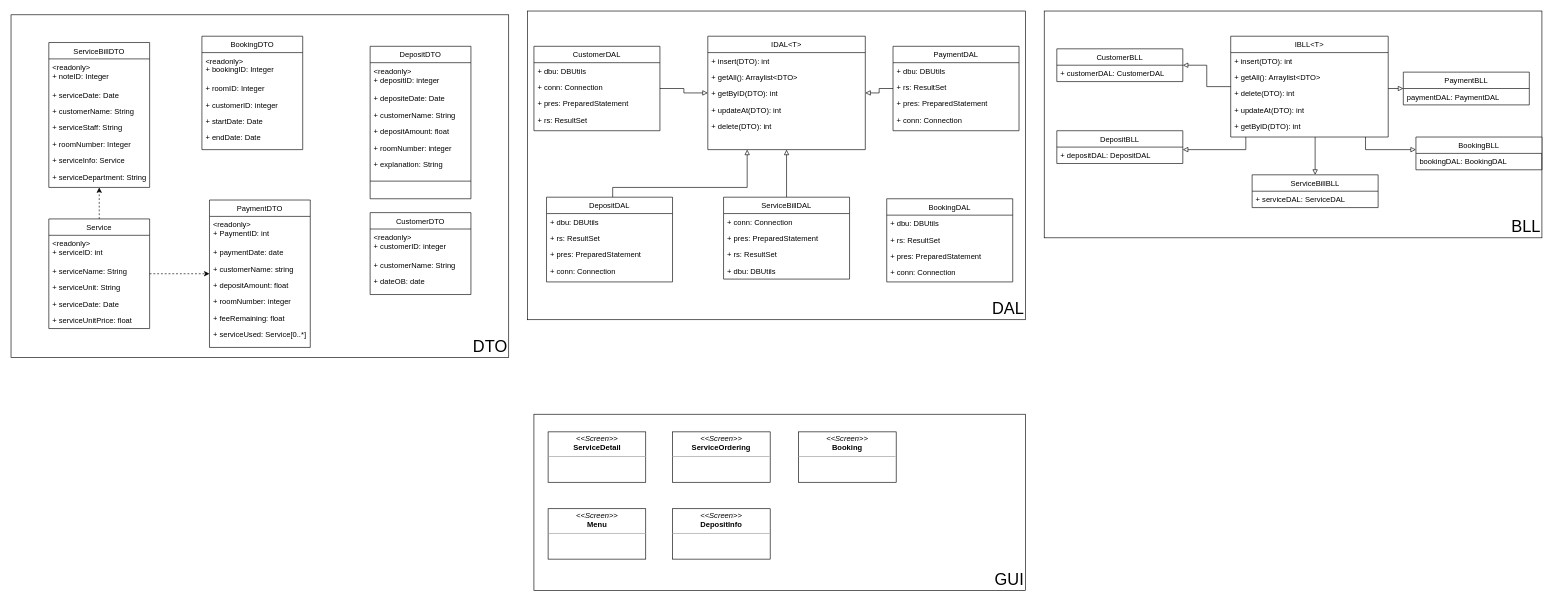
This is Diagram/Class Diagram.drawio from jonathanha52/SE104.L23.PMCL, a draw.io file, before an edit. Source tidied: cells renumbered, new cells numbered last; positions are measured from the earlier drawing's top-left corner, leaving out a move shared by most shapes. Both pictures are drawn from the tidied source at 63%, with x=0, y=0 at pixel (11, 11).
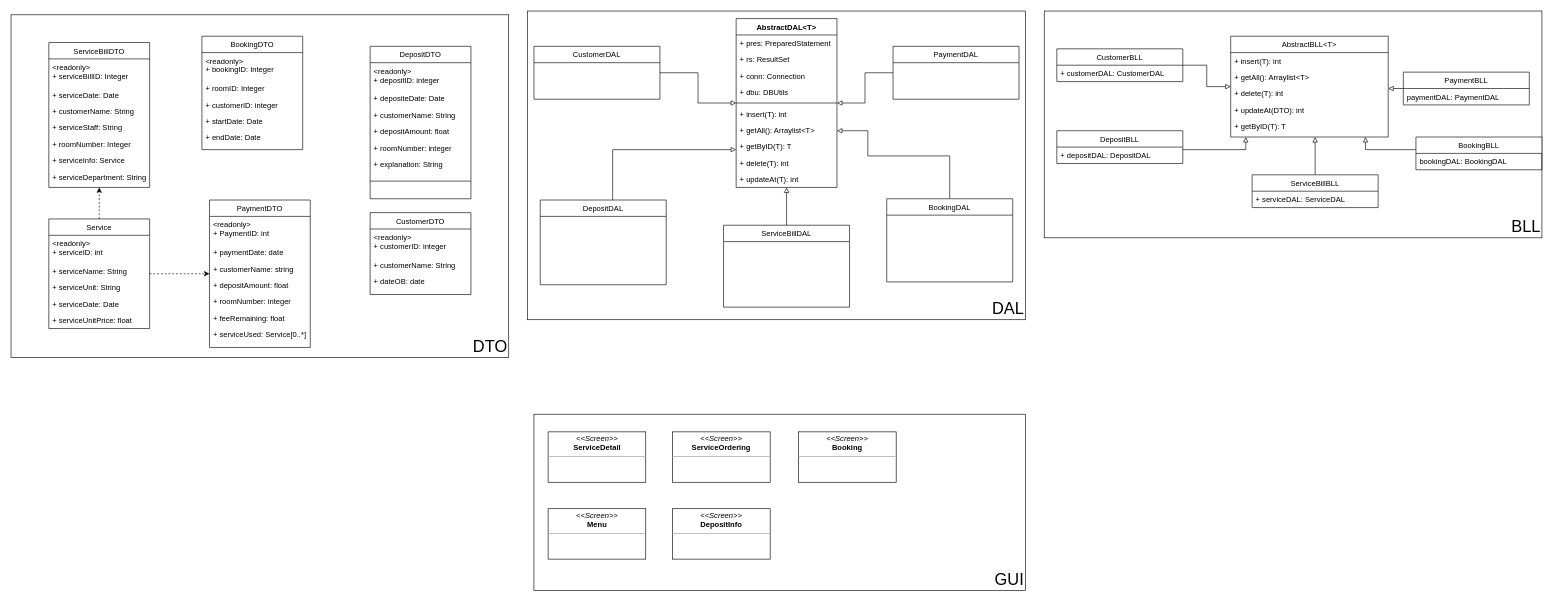
Above is the later version.

The change refers to these unchanged cells:
```xml
<mxCell id="4" value="ServiceBillDTO" style="swimlane;fontStyle=0;align=center;verticalAlign=top;horizontal=1;startSize=26;rounded=0;shadow=0;strokeWidth=1;" parent="1" vertex="1">
  <mxGeometry x="60" y="50" width="160" height="230" as="geometry" />
</mxCell>
<mxCell id="71" value="BookingDAL" style="swimlane;fontStyle=0;align=center;verticalAlign=top;horizontal=1;startSize=26;rounded=0;shadow=0;strokeWidth=1;" parent="1" vertex="1">
  <mxGeometry x="1390" y="298" width="200" height="132" as="geometry" />
</mxCell>
<mxCell id="83" value="ServiceBillBLL" style="swimlane;fontStyle=0;align=center;verticalAlign=top;horizontal=1;startSize=26;rounded=0;shadow=0;strokeWidth=1;" parent="1" vertex="1">
  <mxGeometry x="1970" y="260" width="200" height="52" as="geometry" />
</mxCell>
<mxCell id="86" value="DepositBLL" style="swimlane;fontStyle=0;align=center;verticalAlign=top;horizontal=1;startSize=26;rounded=0;shadow=0;strokeWidth=1;" parent="1" vertex="1">
  <mxGeometry x="1660" y="190" width="200" height="52" as="geometry" />
</mxCell>
<mxCell id="89" value="PaymentBLL" style="swimlane;fontStyle=0;align=center;verticalAlign=top;horizontal=1;startSize=26;rounded=0;shadow=0;strokeWidth=1;" parent="1" vertex="1">
  <mxGeometry x="2210" y="97" width="200" height="52" as="geometry" />
</mxCell>
<mxCell id="92" value="CustomerBLL" style="swimlane;fontStyle=0;align=center;verticalAlign=top;horizontal=1;startSize=26;rounded=0;shadow=0;strokeWidth=1;" parent="1" vertex="1">
  <mxGeometry x="1660" y="60" width="200" height="52" as="geometry" />
</mxCell>
<mxCell id="95" value="BookingBLL" style="swimlane;fontStyle=0;align=center;verticalAlign=top;horizontal=1;startSize=26;rounded=0;shadow=0;strokeWidth=1;" parent="1" vertex="1">
  <mxGeometry x="2230" y="200" width="200" height="52" as="geometry" />
</mxCell>
```

Diff of the diagram source:
```diff
@@
-    <mxCell id="5" value="&lt;readonly&gt;&#10;+ noteID: Integer" style="text;align=left;verticalAlign=top;spacingLeft=4;spacingRight=4;overflow=hidden;" parent="4" vertex="1">
+    <mxCell id="5" value="&lt;readonly&gt;&#10;+ serviceBillID: Integer" style="text;align=left;verticalAlign=top;spacingLeft=4;spacingRight=4;overflow=hidden;" parent="4" vertex="1">
       <mxGeometry y="26" width="160" height="44" as="geometry" />
     </mxCell>
@@
-    <mxCell id="36" style="edgeStyle=orthogonalEdgeStyle;rounded=0;jettySize=auto;html=1;endArrow=none;endFill=0;startArrow=block;startFill=0;" parent="1" edge="1" source="37" target="55">
+    <mxCell id="36" style="edgeStyle=orthogonalEdgeStyle;rounded=0;jettySize=auto;html=1;endArrow=none;endFill=0;startArrow=block;startFill=0;" parent="1" edge="1" source="111" target="55">
       <mxGeometry relative="1" as="geometry" />
     </mxCell>
-    <mxCell id="37" value="IDAL&lt;T&gt;" style="swimlane;fontStyle=0;align=center;verticalAlign=top;horizontal=1;startSize=26;rounded=0;shadow=0;strokeWidth=1;" parent="1" vertex="1">
-      <mxGeometry x="1106" y="40" width="250" height="180" as="geometry" />
-    </mxCell>
-    <mxCell id="38" value="+ insert(DTO): int" style="text;align=left;verticalAlign=top;spacingLeft=4;spacingRight=4;overflow=hidden;rounded=0;shadow=0;html=0;" parent="37" vertex="1">
-      <mxGeometry y="26" width="250" height="26" as="geometry" />
-    </mxCell>
-    <mxCell id="39" value="+ getAll(): Arraylist&lt;DTO&gt;" style="text;align=left;verticalAlign=top;spacingLeft=4;spacingRight=4;overflow=hidden;rounded=0;shadow=0;html=0;" parent="37" vertex="1">
-      <mxGeometry y="52" width="250" height="26" as="geometry" />
-    </mxCell>
-    <mxCell id="40" value="+ getByID(DTO): int " style="text;align=left;verticalAlign=top;spacingLeft=4;spacingRight=4;overflow=hidden;rounded=0;shadow=0;html=0;" parent="37" vertex="1">
-      <mxGeometry y="78" width="250" height="26" as="geometry" />
-    </mxCell>
-    <mxCell id="41" value="+ updateAt(DTO): int" style="text;align=left;verticalAlign=top;spacingLeft=4;spacingRight=4;overflow=hidden;rounded=0;shadow=0;html=0;" parent="37" vertex="1">
-      <mxGeometry y="104" width="250" height="26" as="geometry" />
-    </mxCell>
-    <mxCell id="42" value="+ delete(DTO): int" style="text;align=left;verticalAlign=top;spacingLeft=4;spacingRight=4;overflow=hidden;rounded=0;shadow=0;html=0;" parent="37" vertex="1">
-      <mxGeometry y="130" width="250" height="26" as="geometry" />
-    </mxCell>
-    <mxCell id="43" style="edgeStyle=orthogonalEdgeStyle;rounded=0;jettySize=auto;html=1;entryX=0.5;entryY=1;entryDx=0;entryDy=0;endArrow=block;endFill=0;" parent="1" edge="1" source="44" target="37">
-      <mxGeometry relative="1" as="geometry" />
-    </mxCell>
+    <mxCell id="109" style="edgeStyle=orthogonalEdgeStyle;rounded=0;jettySize=auto;html=1;endArrow=block;endFill=0;" parent="1" edge="1" source="44" target="111">
+      <mxGeometry relative="1" as="geometry" />
+    </mxCell>
     <mxCell id="44" value="ServiceBillDAL" style="swimlane;fontStyle=0;align=center;verticalAlign=top;horizontal=1;startSize=26;rounded=0;shadow=0;strokeWidth=1;" parent="1" vertex="1">
-      <mxGeometry x="1131" y="295.5" width="200" height="130" as="geometry" />
+      <mxGeometry x="1131" y="340" width="200" height="130" as="geometry" />
     </mxCell>
-    <mxCell id="45" value="+ conn: Connection" style="text;strokeColor=none;fillColor=none;align=left;verticalAlign=top;spacingLeft=4;spacingRight=4;overflow=hidden;" parent="44" vertex="1">
-      <mxGeometry y="26" width="200" height="26" as="geometry" />
-    </mxCell>
-    <mxCell id="46" value="+ pres: PreparedStatement" style="text;strokeColor=none;fillColor=none;align=left;verticalAlign=top;spacingLeft=4;spacingRight=4;overflow=hidden;" parent="44" vertex="1">
-      <mxGeometry y="52" width="200" height="26" as="geometry" />
-    </mxCell>
-    <mxCell id="47" value="+ rs: ResultSet" style="text;strokeColor=none;fillColor=none;align=left;verticalAlign=top;spacingLeft=4;spacingRight=4;overflow=hidden;" parent="44" vertex="1">
-      <mxGeometry y="78" width="200" height="26" as="geometry" />
-    </mxCell>
-    <mxCell id="48" value="+ dbu: DBUtils" style="text;strokeColor=none;fillColor=none;align=left;verticalAlign=top;spacingLeft=4;spacingRight=4;overflow=hidden;" parent="44" vertex="1">
-      <mxGeometry y="104" width="200" height="26" as="geometry" />
-    </mxCell>
-    <mxCell id="49" style="edgeStyle=orthogonalEdgeStyle;rounded=0;jettySize=auto;html=1;entryX=0.25;entryY=1;entryDx=0;entryDy=0;endArrow=block;endFill=0;" parent="1" edge="1" source="50" target="37">
+    <mxCell id="49" style="edgeStyle=orthogonalEdgeStyle;rounded=0;jettySize=auto;html=1;endArrow=block;endFill=0;" parent="1" edge="1" source="50" target="111">
       <mxGeometry relative="1" as="geometry">
         <Array as="points">
-          <mxPoint x="955" y="280" />
-          <mxPoint x="1169" y="280" />
+          <mxPoint x="955" y="220" />
         </Array>
       </mxGeometry>
     </mxCell>
     <mxCell id="50" value="DepositDAL" style="swimlane;fontStyle=0;align=center;verticalAlign=top;horizontal=1;startSize=26;rounded=0;shadow=0;strokeWidth=1;" parent="1" vertex="1">
-      <mxGeometry x="850" y="295.5" width="200" height="134.5" as="geometry" />
+      <mxGeometry x="840" y="300" width="200" height="134.5" as="geometry" />
     </mxCell>
-    <mxCell id="51" value="+ dbu: DBUtils" style="text;strokeColor=none;fillColor=none;align=left;verticalAlign=top;spacingLeft=4;spacingRight=4;overflow=hidden;" parent="50" vertex="1">
-      <mxGeometry y="26" width="200" height="26" as="geometry" />
-    </mxCell>
-    <mxCell id="52" value="+ rs: ResultSet" style="text;strokeColor=none;fillColor=none;align=left;verticalAlign=top;spacingLeft=4;spacingRight=4;overflow=hidden;" parent="50" vertex="1">
-      <mxGeometry y="52" width="200" height="26" as="geometry" />
-    </mxCell>
-    <mxCell id="53" value="+ pres: PreparedStatement" style="text;strokeColor=none;fillColor=none;align=left;verticalAlign=top;spacingLeft=4;spacingRight=4;overflow=hidden;" parent="50" vertex="1">
-      <mxGeometry y="78" width="200" height="26" as="geometry" />
-    </mxCell>
-    <mxCell id="54" value="+ conn: Connection" style="text;strokeColor=none;fillColor=none;align=left;verticalAlign=top;spacingLeft=4;spacingRight=4;overflow=hidden;" parent="50" vertex="1">
-      <mxGeometry y="104" width="200" height="26" as="geometry" />
-    </mxCell>
     <mxCell id="55" value="PaymentDAL" style="swimlane;fontStyle=0;align=center;verticalAlign=top;horizontal=1;startSize=26;rounded=0;shadow=0;strokeWidth=1;" parent="1" vertex="1">
-      <mxGeometry x="1400" y="56" width="200" height="134" as="geometry" />
+      <mxGeometry x="1400" y="56" width="200" height="84" as="geometry" />
     </mxCell>
-    <mxCell id="56" value="+ dbu: DBUtils" style="text;strokeColor=none;fillColor=none;align=left;verticalAlign=top;spacingLeft=4;spacingRight=4;overflow=hidden;" parent="55" vertex="1">
-      <mxGeometry y="26" width="200" height="26" as="geometry" />
-    </mxCell>
-    <mxCell id="57" value="+ rs: ResultSet" style="text;strokeColor=none;fillColor=none;align=left;verticalAlign=top;spacingLeft=4;spacingRight=4;overflow=hidden;" parent="55" vertex="1">
-      <mxGeometry y="52" width="200" height="26" as="geometry" />
-    </mxCell>
-    <mxCell id="58" value="+ pres: PreparedStatement" style="text;strokeColor=none;fillColor=none;align=left;verticalAlign=top;spacingLeft=4;spacingRight=4;overflow=hidden;" parent="55" vertex="1">
-      <mxGeometry y="78" width="200" height="26" as="geometry" />
-    </mxCell>
-    <mxCell id="59" value="+ conn: Connection" style="text;strokeColor=none;fillColor=none;align=left;verticalAlign=top;spacingLeft=4;spacingRight=4;overflow=hidden;" parent="55" vertex="1">
-      <mxGeometry y="104" width="200" height="26" as="geometry" />
-    </mxCell>
@@
-    <mxCell id="64" style="edgeStyle=orthogonalEdgeStyle;rounded=0;jettySize=auto;html=1;endArrow=block;endFill=0;" parent="1" edge="1" source="65" target="37">
+    <mxCell id="64" style="edgeStyle=orthogonalEdgeStyle;rounded=0;jettySize=auto;html=1;endArrow=block;endFill=0;" parent="1" edge="1" source="65" target="111">
       <mxGeometry relative="1" as="geometry" />
     </mxCell>
     <mxCell id="65" value="CustomerDAL" style="swimlane;fontStyle=0;align=center;verticalAlign=top;horizontal=1;startSize=26;rounded=0;shadow=0;strokeWidth=1;" parent="1" vertex="1">
-      <mxGeometry x="830" y="56" width="200" height="134" as="geometry" />
+      <mxGeometry x="830" y="56" width="200" height="84" as="geometry" />
     </mxCell>
-    <mxCell id="66" value="+ dbu: DBUtils" style="text;strokeColor=none;fillColor=none;align=left;verticalAlign=top;spacingLeft=4;spacingRight=4;overflow=hidden;" parent="65" vertex="1">
-      <mxGeometry y="26" width="200" height="26" as="geometry" />
-    </mxCell>
-    <mxCell id="67" value="+ conn: Connection" style="text;strokeColor=none;fillColor=none;align=left;verticalAlign=top;spacingLeft=4;spacingRight=4;overflow=hidden;" parent="65" vertex="1">
-      <mxGeometry y="52" width="200" height="26" as="geometry" />
-    </mxCell>
-    <mxCell id="68" value="+ pres: PreparedStatement" style="text;strokeColor=none;fillColor=none;align=left;verticalAlign=top;spacingLeft=4;spacingRight=4;overflow=hidden;" parent="65" vertex="1">
-      <mxGeometry y="78" width="200" height="26" as="geometry" />
-    </mxCell>
-    <mxCell id="69" value="+ rs: ResultSet" style="text;strokeColor=none;fillColor=none;align=left;verticalAlign=top;spacingLeft=4;spacingRight=4;overflow=hidden;" parent="65" vertex="1">
-      <mxGeometry y="104" width="200" height="26" as="geometry" />
-    </mxCell>
@@
+    <mxCell id="110" style="edgeStyle=orthogonalEdgeStyle;rounded=0;jettySize=auto;html=1;endArrow=block;endFill=0;" parent="1" edge="1" source="71" target="111">
+      <mxGeometry relative="1" as="geometry">
+        <Array as="points">
+          <mxPoint x="1490" y="230" />
+          <mxPoint x="1360" y="230" />
+          <mxPoint x="1360" y="190" />
+        </Array>
+      </mxGeometry>
+    </mxCell>
@@
-    <mxCell id="72" value="+ dbu: DBUtils" style="text;strokeColor=none;fillColor=none;align=left;verticalAlign=top;spacingLeft=4;spacingRight=4;overflow=hidden;" parent="71" vertex="1">
-      <mxGeometry y="26" width="200" height="26" as="geometry" />
-    </mxCell>
-    <mxCell id="73" value="+ rs: ResultSet" style="text;strokeColor=none;fillColor=none;align=left;verticalAlign=top;spacingLeft=4;spacingRight=4;overflow=hidden;" parent="71" vertex="1">
-      <mxGeometry y="52" width="200" height="26" as="geometry" />
-    </mxCell>
-    <mxCell id="74" value="+ pres: PreparedStatement" style="text;strokeColor=none;fillColor=none;align=left;verticalAlign=top;spacingLeft=4;spacingRight=4;overflow=hidden;" parent="71" vertex="1">
-      <mxGeometry y="78" width="200" height="26" as="geometry" />
-    </mxCell>
-    <mxCell id="75" value="+ conn: Connection" style="text;strokeColor=none;fillColor=none;align=left;verticalAlign=top;spacingLeft=4;spacingRight=4;overflow=hidden;" parent="71" vertex="1">
-      <mxGeometry y="104" width="200" height="26" as="geometry" />
-    </mxCell>
-    <mxCell id="76" value="IBLL&lt;T&gt;" style="swimlane;fontStyle=0;align=center;verticalAlign=top;horizontal=1;startSize=26;rounded=0;shadow=0;strokeWidth=1;" parent="1" vertex="1">
+    <mxCell id="76" value="AbstractBLL&lt;T&gt;" style="swimlane;fontStyle=0;align=center;verticalAlign=top;horizontal=1;startSize=26;rounded=0;shadow=0;strokeWidth=1;" parent="1" vertex="1">
       <mxGeometry x="1936" y="40" width="250" height="160" as="geometry" />
     </mxCell>
-    <mxCell id="77" value="+ insert(DTO): int" style="text;align=left;verticalAlign=top;spacingLeft=4;spacingRight=4;overflow=hidden;rounded=0;shadow=0;html=0;" parent="76" vertex="1">
+    <mxCell id="77" value="+ insert(T): int" style="text;align=left;verticalAlign=top;spacingLeft=4;spacingRight=4;overflow=hidden;rounded=0;shadow=0;html=0;" parent="76" vertex="1">
       <mxGeometry y="26" width="250" height="26" as="geometry" />
     </mxCell>
-    <mxCell id="78" value="+ getAll(): Arraylist&lt;DTO&gt;" style="text;align=left;verticalAlign=top;spacingLeft=4;spacingRight=4;overflow=hidden;rounded=0;shadow=0;html=0;" parent="76" vertex="1">
+    <mxCell id="78" value="+ getAll(): Arraylist&lt;T&gt;" style="text;align=left;verticalAlign=top;spacingLeft=4;spacingRight=4;overflow=hidden;rounded=0;shadow=0;html=0;" parent="76" vertex="1">
       <mxGeometry y="52" width="250" height="26" as="geometry" />
     </mxCell>
-    <mxCell id="79" value="+ delete(DTO): int" style="text;align=left;verticalAlign=top;spacingLeft=4;spacingRight=4;overflow=hidden;rounded=0;shadow=0;html=0;" parent="76" vertex="1">
+    <mxCell id="79" value="+ delete(T): int" style="text;align=left;verticalAlign=top;spacingLeft=4;spacingRight=4;overflow=hidden;rounded=0;shadow=0;html=0;" parent="76" vertex="1">
       <mxGeometry y="78" width="250" height="26" as="geometry" />
     </mxCell>
@@
-    <mxCell id="81" value="+ getByID(DTO): int " style="text;align=left;verticalAlign=top;spacingLeft=4;spacingRight=4;overflow=hidden;rounded=0;shadow=0;html=0;" parent="76" vertex="1">
+    <mxCell id="81" value="+ getByID(T): T" style="text;align=left;verticalAlign=top;spacingLeft=4;spacingRight=4;overflow=hidden;rounded=0;shadow=0;html=0;" parent="76" vertex="1">
       <mxGeometry y="130" width="250" height="26" as="geometry" />
     </mxCell>
-    <mxCell id="82" style="edgeStyle=orthogonalEdgeStyle;rounded=0;jettySize=auto;html=1;startArrow=block;startFill=0;endArrow=none;endFill=0;" parent="1" edge="1" source="83" target="76">
+    <mxCell id="82" style="edgeStyle=orthogonalEdgeStyle;rounded=0;jettySize=auto;html=1;startArrow=none;startFill=0;endArrow=block;endFill=0;" parent="1" edge="1" source="83" target="76">
       <mxGeometry relative="1" as="geometry">
         <Array as="points">
           <mxPoint x="2080" y="260" />
           <mxPoint x="2080" y="260" />
         </Array>
       </mxGeometry>
     </mxCell>
@@
-    <mxCell id="85" style="edgeStyle=orthogonalEdgeStyle;rounded=0;jettySize=auto;html=1;startArrow=block;startFill=0;endArrow=none;endFill=0;" parent="1" edge="1" source="86" target="76">
+    <mxCell id="85" style="edgeStyle=orthogonalEdgeStyle;rounded=0;jettySize=auto;html=1;startArrow=none;startFill=0;endArrow=block;endFill=0;" parent="1" edge="1" source="86" target="76">
       <mxGeometry relative="1" as="geometry">
         <Array as="points">
           <mxPoint x="1960" y="220" />
         </Array>
       </mxGeometry>
     </mxCell>
@@
-    <mxCell id="88" style="edgeStyle=orthogonalEdgeStyle;rounded=0;jettySize=auto;html=1;startArrow=block;startFill=0;endArrow=none;endFill=0;" parent="1" edge="1" source="89" target="76">
+    <mxCell id="88" style="edgeStyle=orthogonalEdgeStyle;rounded=0;jettySize=auto;html=1;startArrow=none;startFill=0;endArrow=block;endFill=0;" parent="1" edge="1" source="89" target="76">
       <mxGeometry relative="1" as="geometry">
         <Array as="points">
           <mxPoint x="2330" y="141" />
         </Array>
       </mxGeometry>
     </mxCell>
@@
-    <mxCell id="91" style="edgeStyle=orthogonalEdgeStyle;rounded=0;jettySize=auto;html=1;startArrow=block;startFill=0;endArrow=none;endFill=0;" parent="1" edge="1" source="92" target="76">
+    <mxCell id="91" style="edgeStyle=orthogonalEdgeStyle;rounded=0;jettySize=auto;html=1;startArrow=none;startFill=0;endArrow=block;endFill=0;" parent="1" edge="1" source="92" target="76">
       <mxGeometry relative="1" as="geometry" />
     </mxCell>
@@
-    <mxCell id="94" style="edgeStyle=orthogonalEdgeStyle;rounded=0;jettySize=auto;html=1;startArrow=block;startFill=0;endArrow=none;endFill=0;" parent="1" edge="1" source="95" target="76">
+    <mxCell id="94" style="edgeStyle=orthogonalEdgeStyle;rounded=0;jettySize=auto;html=1;startArrow=none;startFill=0;endArrow=block;endFill=0;" parent="1" edge="1" source="95" target="76">
       <mxGeometry relative="1" as="geometry">
         <Array as="points">
           <mxPoint x="2150" y="220" />
         </Array>
       </mxGeometry>
     </mxCell>
@@
+    <mxCell id="111" value="AbstractDAL&lt;T&gt;" style="swimlane;fontStyle=1;align=center;verticalAlign=top;horizontal=1;startSize=26;" parent="1" vertex="1">
+      <mxGeometry x="1151" y="12" width="160" height="268" as="geometry" />
+    </mxCell>
+    <mxCell id="68" value="+ pres: PreparedStatement" style="text;strokeColor=none;fillColor=none;align=left;verticalAlign=top;spacingLeft=4;spacingRight=4;overflow=hidden;" parent="111" vertex="1">
+      <mxGeometry y="26" width="160" height="26" as="geometry" />
+    </mxCell>
+    <mxCell id="69" value="+ rs: ResultSet" style="text;strokeColor=none;fillColor=none;align=left;verticalAlign=top;spacingLeft=4;spacingRight=4;overflow=hidden;" parent="111" vertex="1">
+      <mxGeometry y="52" width="160" height="26" as="geometry" />
+    </mxCell>
+    <mxCell id="67" value="+ conn: Connection" style="text;strokeColor=none;fillColor=none;align=left;verticalAlign=top;spacingLeft=4;spacingRight=4;overflow=hidden;" parent="111" vertex="1">
+      <mxGeometry y="78" width="160" height="26" as="geometry" />
+    </mxCell>
+    <mxCell id="66" value="+ dbu: DBUtils" style="text;strokeColor=none;fillColor=none;align=left;verticalAlign=top;spacingLeft=4;spacingRight=4;overflow=hidden;" parent="111" vertex="1">
+      <mxGeometry y="104" width="160" height="26" as="geometry" />
+    </mxCell>
+    <mxCell id="112" style="line;strokeWidth=1;fillColor=none;align=left;verticalAlign=middle;spacingTop=-1;spacingLeft=3;spacingRight=3;labelPosition=right;" parent="111" vertex="1">
+      <mxGeometry y="130" width="160" height="8" as="geometry" />
+    </mxCell>
+    <mxCell id="38" value="+ insert(T): int" style="text;align=left;verticalAlign=top;spacingLeft=4;spacingRight=4;overflow=hidden;rounded=0;shadow=0;html=0;" parent="111" vertex="1">
+      <mxGeometry y="138" width="160" height="26" as="geometry" />
+    </mxCell>
+    <mxCell id="39" value="+ getAll(): Arraylist&lt;T&gt;" style="text;align=left;verticalAlign=top;spacingLeft=4;spacingRight=4;overflow=hidden;rounded=0;shadow=0;html=0;" parent="111" vertex="1">
+      <mxGeometry y="164" width="160" height="26" as="geometry" />
+    </mxCell>
+    <mxCell id="40" value="+ getByID(T): T" style="text;align=left;verticalAlign=top;spacingLeft=4;spacingRight=4;overflow=hidden;rounded=0;shadow=0;html=0;" parent="111" vertex="1">
+      <mxGeometry y="190" width="160" height="26" as="geometry" />
+    </mxCell>
+    <mxCell id="42" value="+ delete(T): int" style="text;align=left;verticalAlign=top;spacingLeft=4;spacingRight=4;overflow=hidden;rounded=0;shadow=0;html=0;" parent="111" vertex="1">
+      <mxGeometry y="216" width="160" height="26" as="geometry" />
+    </mxCell>
+    <mxCell id="41" value="+ updateAt(T): int" style="text;align=left;verticalAlign=top;spacingLeft=4;spacingRight=4;overflow=hidden;rounded=0;shadow=0;html=0;" parent="111" vertex="1">
+      <mxGeometry y="242" width="160" height="26" as="geometry" />
+    </mxCell>
```
